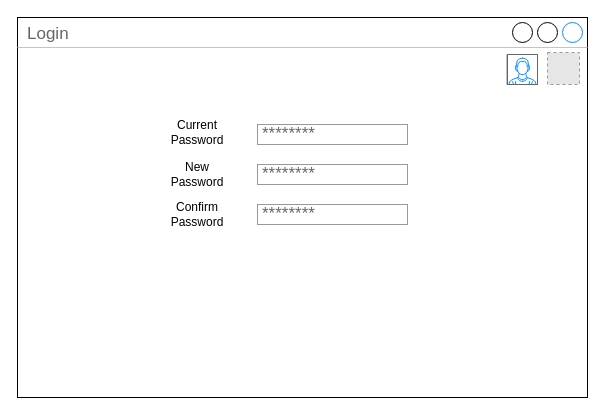
This is page "Reset Password" (2 of 9) of Untitled Diagram.drawio from wowarjuna/ivod, a draw.io file, before an edit. Source tidied: cells renumbered, new cells numbered last; positions are measured from the earlier drawing's top-left corner, leaving out a move shared by most shapes. Both pictures are drawn from the tidied source at 100%, with x=0, y=0 at pixel (17, 17). Pictures stored in the file or linked from it are replaced by grey dashed boxes.
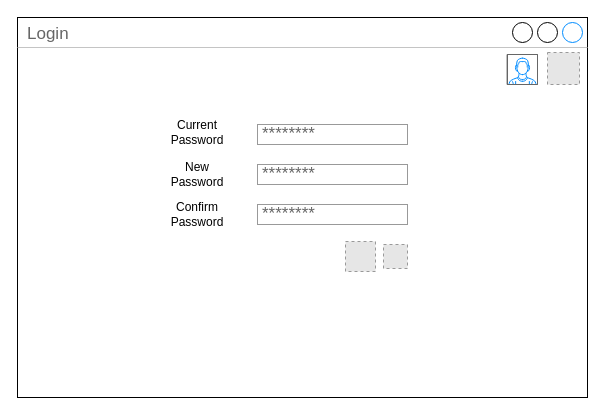
After the change.

The edit, as a diff of the source:
```diff
@@
 <mxGraphModel>
   <root>
     <mxCell id="0" />
     <mxCell id="1" parent="0" />
     <mxCell id="2" value="Login&lt;br&gt;" style="strokeWidth=1;shadow=0;dashed=0;align=center;html=1;shape=mxgraph.mockup.containers.window;align=left;verticalAlign=top;spacingLeft=8;strokeColor2=#008cff;strokeColor3=#c4c4c4;fontColor=#666666;mainText=;fontSize=17;labelBackgroundColor=none;" parent="1" vertex="1">
       <mxGeometry width="570" height="380" as="geometry" />
     </mxCell>
     <mxCell id="3" value="New Password" style="text;html=1;strokeColor=none;fillColor=none;align=center;verticalAlign=middle;whiteSpace=wrap;rounded=0;" parent="1" vertex="1">
       <mxGeometry x="160" y="147" width="40" height="20" as="geometry" />
     </mxCell>
     <mxCell id="4" value="Confirm &lt;br&gt;Password" style="text;html=1;strokeColor=none;fillColor=none;align=center;verticalAlign=middle;whiteSpace=wrap;rounded=0;" parent="1" vertex="1">
       <mxGeometry x="160" y="187" width="40" height="20" as="geometry" />
     </mxCell>
     <mxCell id="5" value="********" style="strokeWidth=1;shadow=0;dashed=0;align=center;html=1;shape=mxgraph.mockup.forms.pwField;strokeColor=#999999;mainText=;align=left;fontColor=#666666;fontSize=17;spacingLeft=3;" parent="1" vertex="1">
       <mxGeometry x="240" y="187" width="150" height="20" as="geometry" />
     </mxCell>
     <mxCell id="6" value="********" style="strokeWidth=1;shadow=0;dashed=0;align=center;html=1;shape=mxgraph.mockup.forms.pwField;strokeColor=#999999;mainText=;align=left;fontColor=#666666;fontSize=17;spacingLeft=3;" parent="1" vertex="1">
       <mxGeometry x="240" y="147" width="150" height="20" as="geometry" />
     </mxCell>
     <mxCell id="7" value="Current Password" style="text;html=1;strokeColor=none;fillColor=none;align=center;verticalAlign=middle;whiteSpace=wrap;rounded=0;" parent="1" vertex="1">
       <mxGeometry x="160" y="105" width="40" height="20" as="geometry" />
     </mxCell>
     <mxCell id="8" value="********" style="strokeWidth=1;shadow=0;dashed=0;align=center;html=1;shape=mxgraph.mockup.forms.pwField;strokeColor=#999999;mainText=;align=left;fontColor=#666666;fontSize=17;spacingLeft=3;" parent="1" vertex="1">
       <mxGeometry x="240" y="107" width="150" height="20" as="geometry" />
     </mxCell>
     <mxCell id="9" style="verticalLabelPosition=bottom;shadow=0;dashed=0;align=center;html=1;verticalAlign=top;strokeWidth=1;shape=mxgraph.mockup.containers.userMale;strokeColor=#666666;strokeColor2=#008cff;" parent="1" vertex="1">
       <mxGeometry x="490" y="37" width="30" height="30" as="geometry" />
     </mxCell>
     <mxCell id="10" style="fillColor=#E6E6E6;strokeColor=#999999;dashed=1;html=1;verticalAlign=top;verticalLabelPosition=bottom;labelBackgroundColor=#ffffff;fontSize=12;" parent="1" vertex="1">
       <mxGeometry x="530" y="35" width="32" height="32" as="geometry" />
     </mxCell>
+    <mxCell id="11" style="fillColor=#E6E6E6;strokeColor=#999999;dashed=1;html=1;verticalAlign=top;verticalLabelPosition=bottom;labelBackgroundColor=#ffffff;fontSize=12;align=right;" parent="1" vertex="1">
+      <mxGeometry x="328" y="224" width="30" height="30" as="geometry" />
+    </mxCell>
+    <mxCell id="12" style="fillColor=#E6E6E6;strokeColor=#999999;dashed=1;html=1;verticalAlign=top;verticalLabelPosition=bottom;labelBackgroundColor=#ffffff;fontSize=12;align=right;" parent="1" vertex="1">
+      <mxGeometry x="366" y="227" width="24" height="24" as="geometry" />
+    </mxCell>
   </root>
 </mxGraphModel>
```
